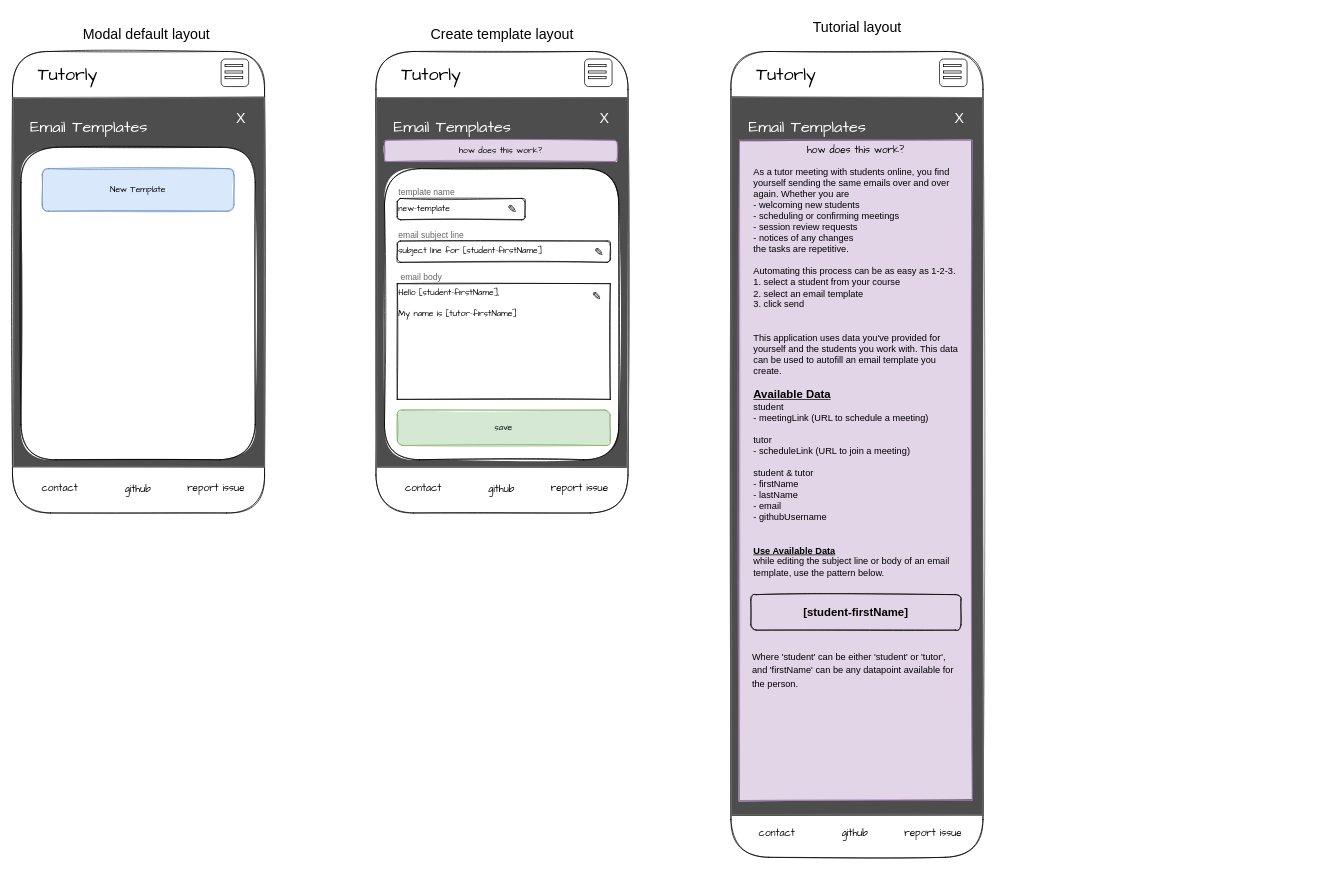
Before: page "email-templates" (2 of 3) of design/wireframes.drawio in sjfcodes/tutor-assistant, a draw.io diagram. Source tidied: cells renumbered, new cells numbered last; positions are measured from the earlier drawing's top-left corner, leaving out a move shared by most shapes. Both pictures are drawn from the tidied source at 71%, with x=0, y=0 at pixel (12, 12).
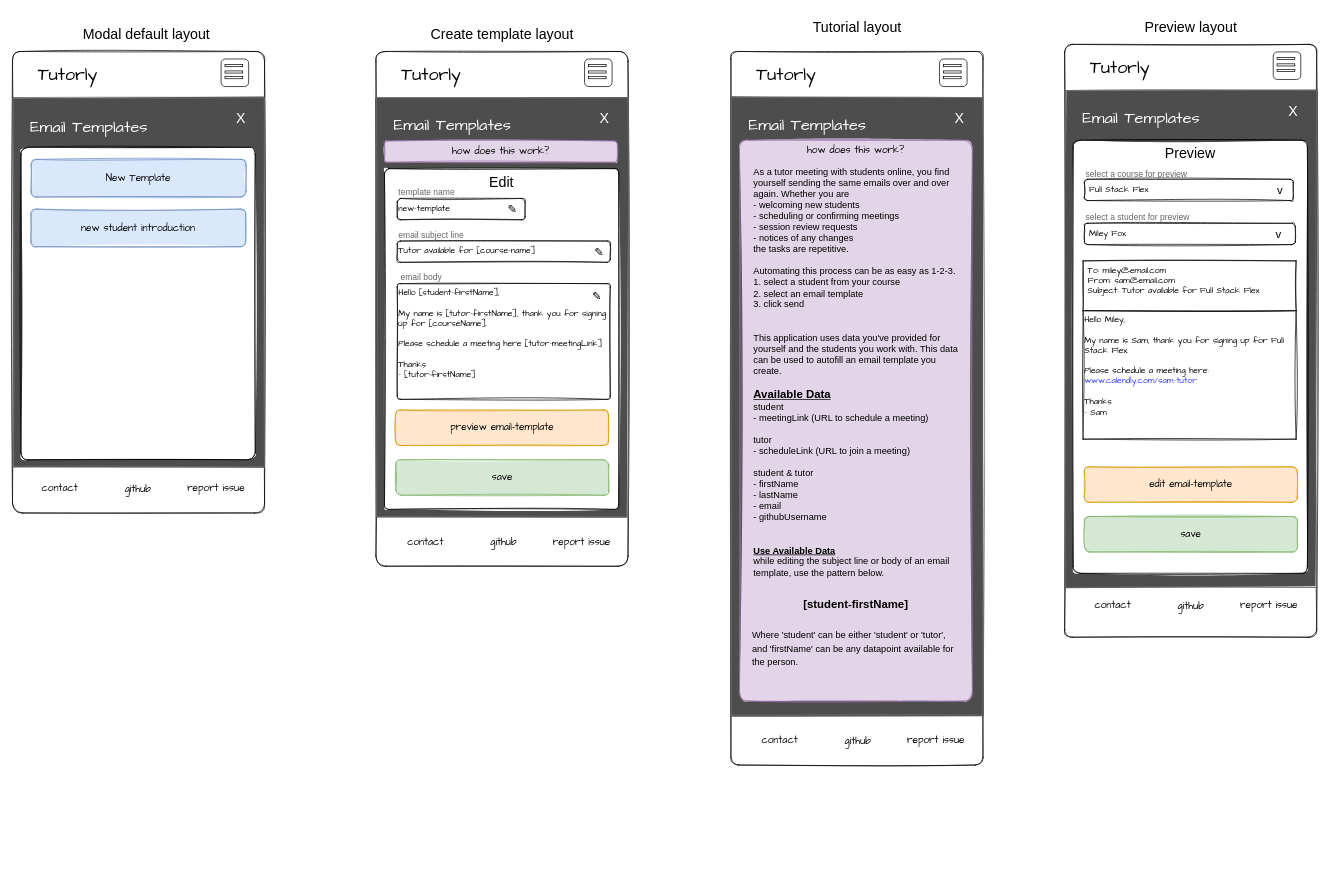
After the change.

What changed in the source:
```diff
@@
-    <mxCell id="2" style="rounded=1;whiteSpace=wrap;html=1;sketch=1;" parent="1" vertex="1">
+    <mxCell id="2" style="rounded=1;whiteSpace=wrap;html=1;sketch=1;arcSize=4;" parent="1" vertex="1">
       <mxGeometry x="0.1" y="55" width="355" height="650" as="geometry" />
     </mxCell>
@@
-    <mxCell id="13" style="rounded=1;whiteSpace=wrap;html=1;sketch=1;fillStyle=auto;" parent="1" vertex="1">
+    <mxCell id="13" style="rounded=1;whiteSpace=wrap;html=1;sketch=1;fillStyle=auto;arcSize=3;" parent="1" vertex="1">
       <mxGeometry x="12.1" y="190" width="329.9" height="440" as="geometry" />
     </mxCell>
@@
-    <mxCell id="15" value="New Template" style="rounded=1;whiteSpace=wrap;html=1;shadow=0;sketch=1;fillStyle=solid;fontFamily=Comic Sans MS;fillColor=#dae8fc;strokeColor=#6c8ebf;" parent="1" vertex="1">
-      <mxGeometry x="42" y="220" width="270" height="60" as="geometry" />
+    <mxCell id="15" value="&lt;font style=&quot;font-size: 14px&quot;&gt;New Template&lt;/font&gt;" style="rounded=1;whiteSpace=wrap;html=1;shadow=0;sketch=1;fillStyle=solid;fontFamily=Comic Sans MS;fillColor=#dae8fc;strokeColor=#6c8ebf;" parent="1" vertex="1">
+      <mxGeometry x="26.4" y="207" width="302.6" height="53" as="geometry" />
     </mxCell>
-    <mxCell id="16" style="rounded=1;whiteSpace=wrap;html=1;sketch=1;" parent="1" vertex="1">
-      <mxGeometry x="512" y="55" width="355" height="650" as="geometry" />
+    <mxCell id="16" style="rounded=1;whiteSpace=wrap;html=1;sketch=1;arcSize=4;" parent="1" vertex="1">
+      <mxGeometry x="512" y="55" width="355" height="725" as="geometry" />
     </mxCell>
     <mxCell id="17" style="rounded=0;whiteSpace=wrap;html=1;sketch=1;fillStyle=solid;fillColor=#4D4D4D;fontColor=#333333;strokeColor=#666666;" parent="1" vertex="1">
-      <mxGeometry x="512.9" y="120" width="354" height="520" as="geometry" />
+      <mxGeometry x="512.9" y="120" width="354" height="590" as="geometry" />
     </mxCell>
@@
     <mxCell id="23" value="&lt;font style=&quot;font-size: 14px&quot;&gt;report issue&lt;/font&gt;" style="text;html=1;strokeColor=none;fillColor=none;align=center;verticalAlign=middle;whiteSpace=wrap;rounded=0;fillStyle=cross-hatch;fontSize=20;fontFamily=Comic Sans MS;" parent="1" vertex="1">
-      <mxGeometry x="744" y="655" width="110" height="26" as="geometry" />
+      <mxGeometry x="747" y="730" width="110" height="26" as="geometry" />
     </mxCell>
     <mxCell id="24" value="&lt;font style=&quot;font-size: 14px&quot;&gt;contact&lt;/font&gt;" style="text;html=1;strokeColor=none;fillColor=none;align=center;verticalAlign=middle;whiteSpace=wrap;rounded=0;fillStyle=cross-hatch;fontSize=20;fontFamily=Comic Sans MS;" parent="1" vertex="1">
-      <mxGeometry x="524" y="655" width="110" height="26" as="geometry" />
+      <mxGeometry x="527" y="730" width="110" height="26" as="geometry" />
     </mxCell>
     <mxCell id="25" value="&lt;font style=&quot;font-size: 14px&quot;&gt;github&lt;br&gt;&lt;/font&gt;" style="text;html=1;strokeColor=none;fillColor=none;align=center;verticalAlign=middle;whiteSpace=wrap;rounded=0;fillStyle=cross-hatch;fontSize=20;fontFamily=Comic Sans MS;" parent="1" vertex="1">
-      <mxGeometry x="664" y="656" width="50" height="26" as="geometry" />
+      <mxGeometry x="667" y="731" width="50" height="26" as="geometry" />
     </mxCell>
     <mxCell id="26" value="&lt;font style=&quot;font-size: 23px;&quot;&gt;Email Templates&lt;/font&gt;" style="text;html=1;align=center;verticalAlign=middle;whiteSpace=wrap;rounded=0;fontColor=#FFFFFF;fontSize=23;fontFamily=Comic Sans MS;" parent="1" vertex="1">
-      <mxGeometry x="515" y="147" width="210" height="30" as="geometry" />
+      <mxGeometry x="515" y="144" width="210" height="30" as="geometry" />
     </mxCell>
-    <mxCell id="27" style="rounded=1;whiteSpace=wrap;html=1;sketch=1;fillStyle=auto;" parent="1" vertex="1">
-      <mxGeometry x="524" y="220" width="329.9" height="410" as="geometry" />
+    <mxCell id="27" value="&lt;font style=&quot;font-size: 20px&quot;&gt;Edit&lt;/font&gt;" style="rounded=1;whiteSpace=wrap;html=1;sketch=1;fillStyle=auto;verticalAlign=top;arcSize=2;" parent="1" vertex="1">
+      <mxGeometry x="524" y="220" width="329.9" height="480" as="geometry" />
     </mxCell>
@@
-    <mxCell id="32" value="subject line for [student-firstName]" style="rounded=1;whiteSpace=wrap;html=1;shadow=0;sketch=1;fillStyle=solid;fontFamily=Comic Sans MS;align=left;" parent="1" vertex="1">
+    <mxCell id="32" value="Tutor available for [course-name]" style="rounded=1;whiteSpace=wrap;html=1;shadow=0;sketch=1;fillStyle=solid;fontFamily=Comic Sans MS;align=left;" parent="1" vertex="1">
       <mxGeometry x="542" y="322" width="300" height="30" as="geometry" />
     </mxCell>
@@
-    <mxCell id="35" value="Hello [student-firstName],&lt;br&gt;&lt;br&gt;My name is [tutor-firstName]" style="rounded=0;whiteSpace=wrap;html=1;shadow=0;sketch=1;fillStyle=solid;fontFamily=Comic Sans MS;align=left;gradientColor=none;glass=0;verticalAlign=top;" parent="1" vertex="1">
+    <mxCell id="35" value="Hello [student-firstName],&lt;br&gt;&lt;br&gt;My name is [tutor-firstName], thank you for signing up for [courseName].&lt;br&gt;&lt;br&gt;Please schedule a meeting here [tutor-meetingLink]&lt;br&gt;&lt;br&gt;Thanks&lt;br&gt;- [tutor-firstName]" style="rounded=1;whiteSpace=wrap;html=1;shadow=0;sketch=1;fillStyle=solid;fontFamily=Comic Sans MS;align=left;gradientColor=none;glass=0;verticalAlign=top;arcSize=3;" parent="1" vertex="1">
       <mxGeometry x="542" y="382" width="300" height="163" as="geometry" />
     </mxCell>
@@
-    <mxCell id="38" value="save" style="rounded=1;whiteSpace=wrap;html=1;shadow=0;sketch=1;fillStyle=solid;fontFamily=Comic Sans MS;align=center;fillColor=#d5e8d4;strokeColor=#82b366;" parent="1" vertex="1">
-      <mxGeometry x="542" y="560" width="300" height="50" as="geometry" />
+    <mxCell id="38" value="&lt;font style=&quot;font-size: 14px&quot;&gt;save&lt;/font&gt;" style="rounded=1;whiteSpace=wrap;html=1;shadow=0;sketch=1;fillStyle=solid;fontFamily=Comic Sans MS;align=center;fillColor=#d5e8d4;strokeColor=#82b366;" parent="1" vertex="1">
+      <mxGeometry x="539.9" y="630" width="300" height="50" as="geometry" />
     </mxCell>
-    <mxCell id="39" value="&lt;font style=&quot;font-size: 12px&quot;&gt;how does this work?&lt;/font&gt;" style="rounded=1;whiteSpace=wrap;html=1;shadow=0;sketch=1;fillStyle=solid;fontFamily=Comic Sans MS;align=center;fillColor=#e1d5e7;strokeColor=#9673a6;" parent="1" vertex="1">
-      <mxGeometry x="524" y="180" width="328" height="30" as="geometry" />
+    <mxCell id="39" value="&lt;font style=&quot;font-size: 14px&quot;&gt;how does this work?&lt;/font&gt;" style="rounded=1;whiteSpace=wrap;html=1;shadow=0;sketch=1;fillStyle=solid;fontFamily=Comic Sans MS;align=center;fillColor=#e1d5e7;strokeColor=#9673a6;" parent="1" vertex="1">
+      <mxGeometry x="524" y="181" width="328" height="30" as="geometry" />
     </mxCell>
-    <mxCell id="40" style="rounded=1;whiteSpace=wrap;html=1;sketch=1;" parent="1" vertex="1">
-      <mxGeometry x="1012" y="55" width="355" height="1135" as="geometry" />
+    <mxCell id="40" style="rounded=1;whiteSpace=wrap;html=1;sketch=1;arcSize=3;" parent="1" vertex="1">
+      <mxGeometry x="1012" y="55" width="355" height="1005" as="geometry" />
     </mxCell>
     <mxCell id="41" style="rounded=0;whiteSpace=wrap;html=1;sketch=1;fillStyle=solid;fillColor=#4D4D4D;fontColor=#333333;strokeColor=#666666;" parent="1" vertex="1">
-      <mxGeometry x="1012.9" y="120" width="354" height="1010" as="geometry" />
+      <mxGeometry x="1012.9" y="120" width="354" height="870" as="geometry" />
     </mxCell>
@@
     <mxCell id="47" value="&lt;font style=&quot;font-size: 14px&quot;&gt;report issue&lt;/font&gt;" style="text;html=1;strokeColor=none;fillColor=none;align=center;verticalAlign=middle;whiteSpace=wrap;rounded=0;fillStyle=cross-hatch;fontSize=20;fontFamily=Comic Sans MS;" parent="1" vertex="1">
-      <mxGeometry x="1242" y="1140" width="110" height="26" as="geometry" />
+      <mxGeometry x="1245.5" y="1010" width="110" height="26" as="geometry" />
     </mxCell>
     <mxCell id="48" value="&lt;font style=&quot;font-size: 14px&quot;&gt;contact&lt;/font&gt;" style="text;html=1;strokeColor=none;fillColor=none;align=center;verticalAlign=middle;whiteSpace=wrap;rounded=0;fillStyle=cross-hatch;fontSize=20;fontFamily=Comic Sans MS;" parent="1" vertex="1">
-      <mxGeometry x="1022" y="1140" width="110" height="26" as="geometry" />
+      <mxGeometry x="1025.5" y="1010" width="110" height="26" as="geometry" />
     </mxCell>
     <mxCell id="49" value="&lt;font style=&quot;font-size: 14px&quot;&gt;github&lt;br&gt;&lt;/font&gt;" style="text;html=1;strokeColor=none;fillColor=none;align=center;verticalAlign=middle;whiteSpace=wrap;rounded=0;fillStyle=cross-hatch;fontSize=20;fontFamily=Comic Sans MS;" parent="1" vertex="1">
-      <mxGeometry x="1162" y="1141" width="50" height="26" as="geometry" />
+      <mxGeometry x="1165.5" y="1011" width="50" height="26" as="geometry" />
     </mxCell>
     <mxCell id="50" value="&lt;font style=&quot;font-size: 23px;&quot;&gt;Email Templates&lt;/font&gt;" style="text;html=1;align=center;verticalAlign=middle;whiteSpace=wrap;rounded=0;fontColor=#FFFFFF;fontSize=23;fontFamily=Comic Sans MS;" parent="1" vertex="1">
-      <mxGeometry x="1015" y="147" width="210" height="30" as="geometry" />
+      <mxGeometry x="1015" y="144" width="210" height="30" as="geometry" />
     </mxCell>
@@
-    <mxCell id="52" value="&lt;font style=&quot;font-size: 14px&quot;&gt;how does this work?&lt;/font&gt;" style="rounded=0;whiteSpace=wrap;html=1;shadow=0;sketch=1;fillStyle=solid;fontFamily=Comic Sans MS;align=center;fillColor=#e1d5e7;strokeColor=#9673a6;verticalAlign=top;" parent="1" vertex="1">
-      <mxGeometry x="1024" y="180" width="328" height="930" as="geometry" />
+    <mxCell id="52" value="&lt;font style=&quot;font-size: 14px&quot;&gt;how does this work?&lt;/font&gt;" style="rounded=1;whiteSpace=wrap;html=1;shadow=0;sketch=1;fillStyle=solid;fontFamily=Comic Sans MS;align=center;fillColor=#e1d5e7;strokeColor=#9673a6;verticalAlign=top;arcSize=4;" parent="1" vertex="1">
+      <mxGeometry x="1024" y="180" width="328" height="790" as="geometry" />
     </mxCell>
@@
-    <mxCell id="57" value="&lt;b style=&quot;font-size: 16px&quot;&gt;&lt;font style=&quot;font-size: 16px&quot;&gt;[student-firstName]&lt;/font&gt;&lt;/b&gt;" style="rounded=1;whiteSpace=wrap;html=1;shadow=0;glass=0;fillStyle=solid;fontSize=13;fontColor=#000000;gradientColor=none;fillColor=none;sketch=1;" parent="1" vertex="1">
-      <mxGeometry x="1040" y="820" width="296" height="50" as="geometry" />
+    <mxCell id="57" value="&lt;b style=&quot;font-size: 16px&quot;&gt;&lt;font style=&quot;font-size: 16px&quot;&gt;[student-firstName]&lt;/font&gt;&lt;/b&gt;" style="rounded=1;whiteSpace=wrap;html=1;shadow=0;glass=0;fillStyle=solid;fontSize=13;fontColor=#000000;gradientColor=none;fillColor=none;sketch=1;strokeColor=none;" parent="1" vertex="1">
+      <mxGeometry x="1040" y="808" width="296" height="50" as="geometry" />
     </mxCell>
     <mxCell id="58" value="&lt;font style=&quot;font-size: 13px&quot;&gt;Where 'student' can be either 'student' or 'tutor', and 'firstName' can be any datapoint available for the person.&lt;br&gt;&lt;/font&gt;" style="text;html=1;strokeColor=none;fillColor=none;align=left;verticalAlign=top;whiteSpace=wrap;rounded=0;shadow=0;glass=0;sketch=1;fillStyle=solid;fontSize=16;fontColor=#000000;" parent="1" vertex="1">
-      <mxGeometry x="1040" y="890" width="292" height="70" as="geometry" />
+      <mxGeometry x="1040" y="860" width="292" height="70" as="geometry" />
     </mxCell>
+    <mxCell id="59" value="&lt;font style=&quot;font-size: 14px&quot;&gt;preview email-template&lt;/font&gt;" style="rounded=1;whiteSpace=wrap;html=1;shadow=0;sketch=1;fillStyle=solid;fontFamily=Comic Sans MS;align=center;fillColor=#ffe6cc;strokeColor=#d79b00;" parent="1" vertex="1">
+      <mxGeometry x="539.5" y="560" width="300" height="50" as="geometry" />
+    </mxCell>
+    <mxCell id="60" style="rounded=1;whiteSpace=wrap;html=1;sketch=1;arcSize=3;" parent="1" vertex="1">
+      <mxGeometry x="1482" y="45" width="355" height="835" as="geometry" />
+    </mxCell>
+    <mxCell id="61" style="rounded=0;whiteSpace=wrap;html=1;sketch=1;fillStyle=solid;fillColor=#4D4D4D;fontColor=#333333;strokeColor=#666666;" parent="1" vertex="1">
+      <mxGeometry x="1482.9" y="110" width="354" height="700" as="geometry" />
+    </mxCell>
+    <mxCell id="62" value="&lt;font style=&quot;font-size: 25px;&quot;&gt;Tutorly&lt;/font&gt;" style="text;html=1;strokeColor=none;fillColor=none;align=center;verticalAlign=middle;whiteSpace=wrap;rounded=0;fillStyle=cross-hatch;fontSize=25;fontFamily=Comic Sans MS;" parent="1" vertex="1">
+      <mxGeometry x="1516" y="63" width="87.9" height="30" as="geometry" />
+    </mxCell>
+    <mxCell id="63" style="whiteSpace=wrap;html=1;fillStyle=cross-hatch;fontSize=20;fillColor=#FFFFFF;rounded=1;" parent="1" vertex="1">
+      <mxGeometry x="1775.8" y="55.6" width="38.8" height="38.8" as="geometry" />
+    </mxCell>
+    <mxCell id="64" style="rounded=0;whiteSpace=wrap;html=1;fillStyle=cross-hatch;fontSize=20;fillColor=#FFFFFF;" parent="1" vertex="1">
+      <mxGeometry x="1781.2" y="63.4" width="25" height="3" as="geometry" />
+    </mxCell>
+    <mxCell id="65" style="rounded=0;whiteSpace=wrap;html=1;fillStyle=cross-hatch;fontSize=20;fillColor=#FFFFFF;" parent="1" vertex="1">
+      <mxGeometry x="1781.2" y="72.4" width="25" height="3" as="geometry" />
+    </mxCell>
+    <mxCell id="66" style="rounded=0;whiteSpace=wrap;html=1;fillStyle=cross-hatch;fontSize=20;fillColor=#FFFFFF;" parent="1" vertex="1">
+      <mxGeometry x="1781.2" y="80.4" width="25" height="3" as="geometry" />
+    </mxCell>
+    <mxCell id="67" value="&lt;font style=&quot;font-size: 14px&quot;&gt;report issue&lt;/font&gt;" style="text;html=1;strokeColor=none;fillColor=none;align=center;verticalAlign=middle;whiteSpace=wrap;rounded=0;fillStyle=cross-hatch;fontSize=20;fontFamily=Comic Sans MS;" parent="1" vertex="1">
+      <mxGeometry x="1714.9" y="820" width="110" height="26" as="geometry" />
+    </mxCell>
+    <mxCell id="68" value="&lt;font style=&quot;font-size: 14px&quot;&gt;contact&lt;/font&gt;" style="text;html=1;strokeColor=none;fillColor=none;align=center;verticalAlign=middle;whiteSpace=wrap;rounded=0;fillStyle=cross-hatch;fontSize=20;fontFamily=Comic Sans MS;" parent="1" vertex="1">
+      <mxGeometry x="1494.9" y="820" width="110" height="26" as="geometry" />
+    </mxCell>
+    <mxCell id="69" value="&lt;font style=&quot;font-size: 14px&quot;&gt;github&lt;br&gt;&lt;/font&gt;" style="text;html=1;strokeColor=none;fillColor=none;align=center;verticalAlign=middle;whiteSpace=wrap;rounded=0;fillStyle=cross-hatch;fontSize=20;fontFamily=Comic Sans MS;" parent="1" vertex="1">
+      <mxGeometry x="1634.9" y="821" width="50" height="26" as="geometry" />
+    </mxCell>
+    <mxCell id="70" value="&lt;font style=&quot;font-size: 23px;&quot;&gt;Email Templates&lt;/font&gt;" style="text;html=1;align=center;verticalAlign=middle;whiteSpace=wrap;rounded=0;fontColor=#FFFFFF;fontSize=23;fontFamily=Comic Sans MS;" parent="1" vertex="1">
+      <mxGeometry x="1485" y="134" width="210" height="30" as="geometry" />
+    </mxCell>
+    <mxCell id="71" value="&lt;font&gt;&lt;font style=&quot;font-size: 20px&quot;&gt;Preview&lt;/font&gt;&lt;br&gt;&lt;/font&gt;" style="rounded=1;whiteSpace=wrap;html=1;sketch=1;fillStyle=auto;align=center;verticalAlign=top;arcSize=3;" parent="1" vertex="1">
+      <mxGeometry x="1494" y="180" width="329.9" height="610" as="geometry" />
+    </mxCell>
+    <mxCell id="72" value="X" style="text;html=1;strokeColor=none;fillColor=none;align=center;verticalAlign=middle;whiteSpace=wrap;rounded=0;fillStyle=solid;fontSize=20;fontColor=#FFFFFF;" parent="1" vertex="1">
+      <mxGeometry x="1784" y="123.4" width="40" height="30" as="geometry" />
+    </mxCell>
+    <mxCell id="73" value="&amp;nbsp;Miley Fox" style="rounded=1;whiteSpace=wrap;html=1;shadow=0;sketch=1;fillStyle=solid;fontFamily=Comic Sans MS;align=left;" parent="1" vertex="1">
+      <mxGeometry x="1510" y="297" width="296.9" height="30" as="geometry" />
+    </mxCell>
+    <mxCell id="74" value="&lt;font style=&quot;font-size: 16px&quot;&gt;v&lt;/font&gt;" style="text;html=1;strokeColor=none;fillColor=none;align=center;verticalAlign=middle;whiteSpace=wrap;rounded=0;fillStyle=solid;" parent="1" vertex="1">
+      <mxGeometry x="1773.8" y="302" width="19" height="20" as="geometry" />
+    </mxCell>
+    <mxCell id="75" value="&lt;font&gt;&lt;font style=&quot;font-size: 12px&quot;&gt;select a student for preview&lt;/font&gt;&lt;br&gt;&lt;/font&gt;" style="text;html=1;strokeColor=none;fillColor=none;align=left;verticalAlign=middle;whiteSpace=wrap;rounded=0;fillStyle=solid;fontSize=16;fontColor=#666666;" parent="1" vertex="1">
+      <mxGeometry x="1510" y="277" width="180.1" height="20" as="geometry" />
+    </mxCell>
+    <mxCell id="76" value="Hello Miley,&lt;br&gt;&lt;br&gt;My name is Sam, thank you for signing up for Full Stack Flex.&lt;br&gt;&lt;br&gt;Please schedule a meeting here: &lt;font color=&quot;#3333ff&quot;&gt;www.calendly.com/sam-tutor&amp;nbsp;&lt;/font&gt;&lt;br&gt;&lt;br&gt;Thanks&lt;br&gt;- Sam" style="rounded=0;whiteSpace=wrap;html=1;shadow=0;sketch=1;fillStyle=solid;fontFamily=Comic Sans MS;align=left;gradientColor=none;glass=0;verticalAlign=top;" parent="1" vertex="1">
+      <mxGeometry x="1508" y="420" width="300" height="181" as="geometry" />
+    </mxCell>
+    <mxCell id="77" value="&lt;font style=&quot;font-size: 14px&quot;&gt;save&lt;/font&gt;" style="rounded=1;whiteSpace=wrap;html=1;shadow=0;sketch=1;fillStyle=solid;fontFamily=Comic Sans MS;align=center;fillColor=#d5e8d4;strokeColor=#82b366;" parent="1" vertex="1">
+      <mxGeometry x="1510" y="710" width="300" height="50" as="geometry" />
+    </mxCell>
+    <mxCell id="78" value="&lt;font color=&quot;#000000&quot;&gt;&lt;span style=&quot;font-size: 20px&quot;&gt;Preview layout&lt;/span&gt;&lt;/font&gt;" style="text;html=1;strokeColor=none;fillColor=none;align=center;verticalAlign=middle;whiteSpace=wrap;rounded=0;shadow=0;glass=0;fillStyle=solid;fontSize=12;fontColor=#666666;" parent="1" vertex="1">
+      <mxGeometry x="1554.9" width="209.9" height="40" as="geometry" />
+    </mxCell>
+    <mxCell id="79" value="&lt;font style=&quot;font-size: 14px&quot;&gt;edit email-template&lt;/font&gt;" style="rounded=1;whiteSpace=wrap;html=1;shadow=0;sketch=1;fillStyle=solid;fontFamily=Comic Sans MS;align=center;fillColor=#ffe6cc;strokeColor=#d79b00;" parent="1" vertex="1">
+      <mxGeometry x="1509.7" y="640" width="300" height="50" as="geometry" />
+    </mxCell>
+    <mxCell id="80" value="&amp;nbsp;Full Stack Flex" style="rounded=1;whiteSpace=wrap;html=1;shadow=0;sketch=1;fillStyle=solid;fontFamily=Comic Sans MS;align=left;" parent="1" vertex="1">
+      <mxGeometry x="1509.7" y="235" width="294.3" height="30" as="geometry" />
+    </mxCell>
+    <mxCell id="81" value="&lt;font style=&quot;font-size: 16px&quot;&gt;v&lt;/font&gt;" style="text;html=1;strokeColor=none;fillColor=none;align=center;verticalAlign=middle;whiteSpace=wrap;rounded=0;fillStyle=solid;" parent="1" vertex="1">
+      <mxGeometry x="1775.9" y="240" width="19" height="20" as="geometry" />
+    </mxCell>
+    <mxCell id="82" value="&lt;font&gt;&lt;font style=&quot;font-size: 12px&quot;&gt;select a course for preview&lt;/font&gt;&lt;br&gt;&lt;/font&gt;" style="text;html=1;strokeColor=none;fillColor=none;align=left;verticalAlign=middle;whiteSpace=wrap;rounded=0;fillStyle=solid;fontSize=16;fontColor=#666666;" parent="1" vertex="1">
+      <mxGeometry x="1509.7" y="216" width="180.1" height="20" as="geometry" />
+    </mxCell>
+    <mxCell id="83" value="&lt;span&gt;&amp;nbsp;To: miley@email.com&lt;br&gt;&amp;nbsp;From: sam@email.com&lt;br&gt;&amp;nbsp;Subject:&amp;nbsp;&lt;/span&gt;Tutor available for Full Stack Flex&lt;span&gt;&lt;br&gt;&lt;/span&gt;" style="rounded=0;whiteSpace=wrap;html=1;shadow=0;sketch=1;fillStyle=solid;fontFamily=Comic Sans MS;align=left;verticalAlign=top;" parent="1" vertex="1">
+      <mxGeometry x="1508" y="350" width="300" height="70" as="geometry" />
+    </mxCell>
+    <mxCell id="84" value="&lt;font style=&quot;font-size: 14px&quot;&gt;new student introduction&lt;/font&gt;" style="rounded=1;whiteSpace=wrap;html=1;shadow=0;sketch=1;fillStyle=solid;fontFamily=Comic Sans MS;fillColor=#dae8fc;strokeColor=#6c8ebf;" parent="1" vertex="1">
+      <mxGeometry x="26" y="277" width="302.6" height="53" as="geometry" />
+    </mxCell>
```
